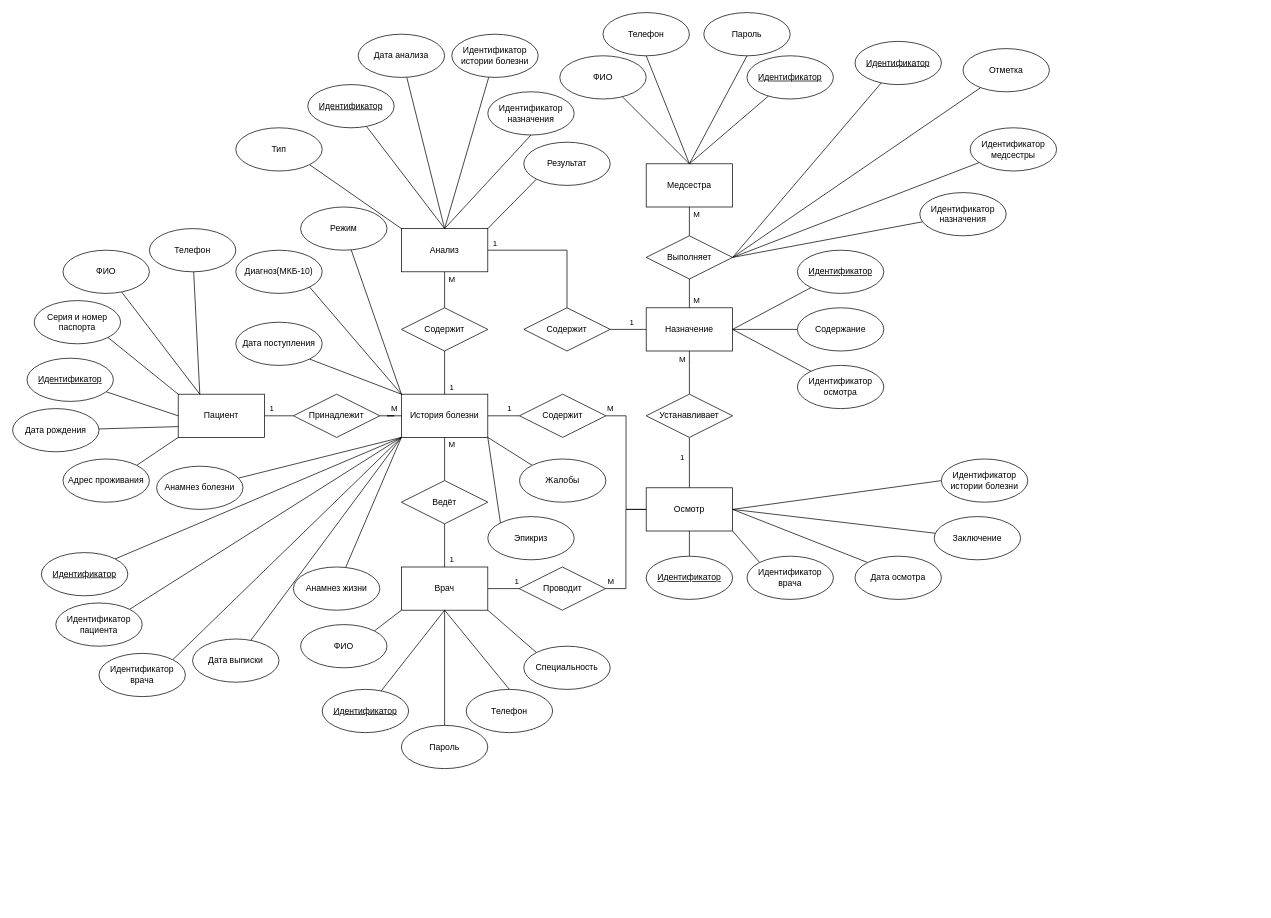
Before: bd/kursovaya/ER.drawio in Mutabona/5Semestr, a draw.io diagram. Source tidied: cells renumbered, new cells numbered last; positions are measured from the earlier drawing's top-left corner, leaving out a move shared by most shapes. Both pictures are drawn from the tidied source at 72%, with x=0, y=0 at pixel (12, 12).
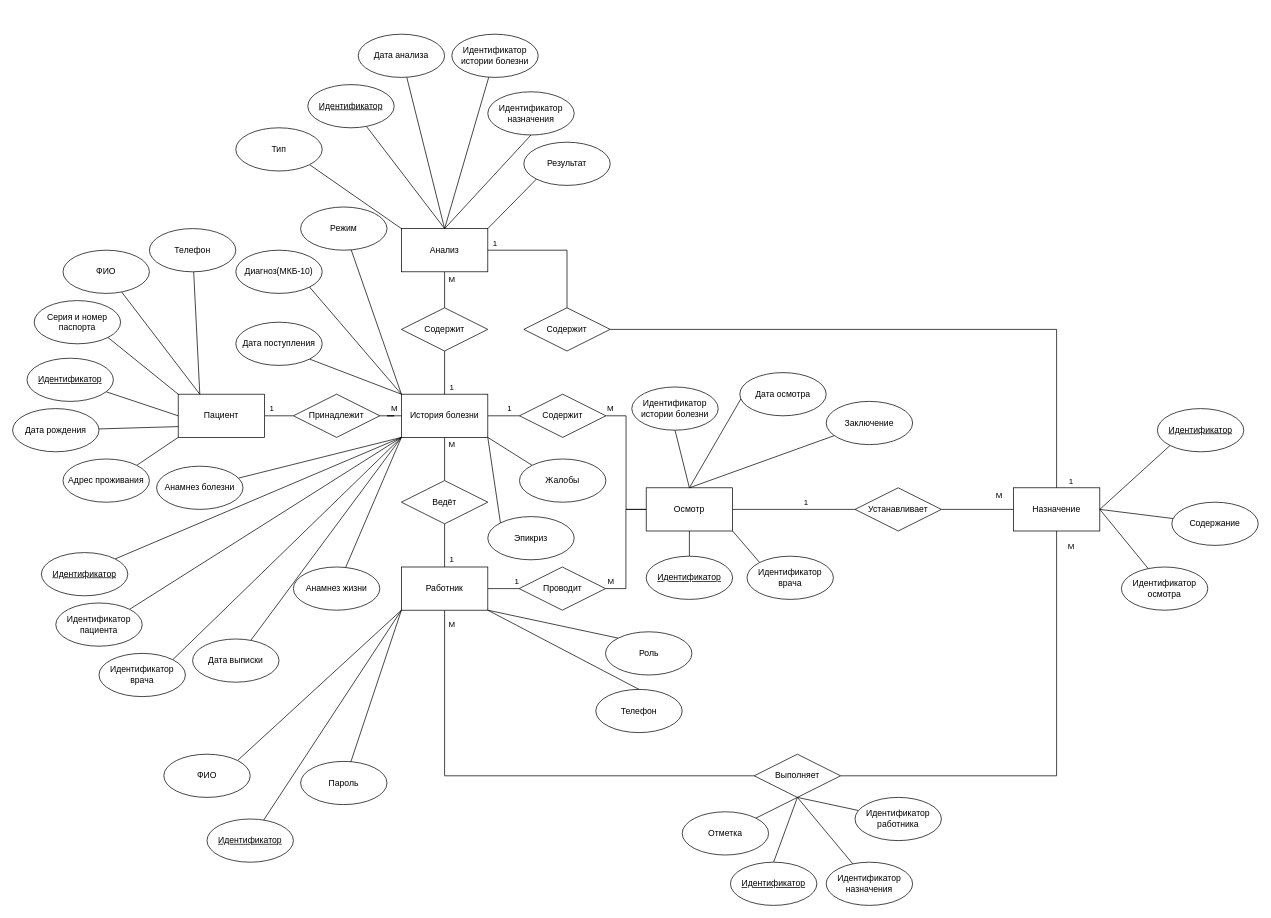
After the change.

Unchanged cells that the change refers to:
```xml
<mxCell id="7" value="Осмотр" style="rounded=0;whiteSpace=wrap;html=1;" parent="1" vertex="1">
  <mxGeometry x="880" y="660" width="120" height="60" as="geometry" />
</mxCell>
<mxCell id="32" value="Содержит" style="rhombus;whiteSpace=wrap;html=1;" parent="1" vertex="1">
  <mxGeometry x="710" y="410" width="120" height="60" as="geometry" />
</mxCell>
```

Change to the diagram source:
```diff
@@
-    <mxCell id="6" value="1" style="edgeStyle=orthogonalEdgeStyle;rounded=0;jettySize=auto;html=1;entryX=0.5;entryY=1;entryDx=0;entryDy=0;endArrow=none;endFill=0;" parent="1" edge="1" source="7" target="28">
+    <mxCell id="6" value="1" style="edgeStyle=orthogonalEdgeStyle;rounded=0;jettySize=auto;html=1;entryX=0;entryY=0.5;entryDx=0;entryDy=0;endArrow=none;endFill=0;" parent="1" edge="1" source="7" target="28">
       <mxGeometry x="0.2" y="10" relative="1" as="geometry" />
     </mxCell>
@@
-    <mxCell id="8" value="1" style="edgeStyle=orthogonalEdgeStyle;rounded=0;jettySize=auto;html=1;entryX=1;entryY=0.5;entryDx=0;entryDy=0;endArrow=none;endFill=0;" parent="1" edge="1" source="9" target="32">
-      <mxGeometry x="-0.2" y="-10" relative="1" as="geometry" />
-    </mxCell>
     <mxCell id="9" value="Назначение" style="rounded=0;whiteSpace=wrap;html=1;" parent="1" vertex="1">
-      <mxGeometry x="880" y="410" width="120" height="60" as="geometry" />
+      <mxGeometry x="1390" y="660" width="120" height="60" as="geometry" />
     </mxCell>
@@
-    <mxCell id="12" value="М" style="edgeStyle=orthogonalEdgeStyle;rounded=0;jettySize=auto;html=1;entryX=0.5;entryY=0;entryDx=0;entryDy=0;endArrow=none;endFill=0;" parent="1" edge="1" source="13" target="22">
-      <mxGeometry x="-0.5" y="10" relative="1" as="geometry" />
+    <mxCell id="12" value="М" style="edgeStyle=orthogonalEdgeStyle;rounded=0;jettySize=auto;html=1;entryX=0;entryY=0.5;entryDx=0;entryDy=0;endArrow=none;endFill=0;exitX=0.5;exitY=1;exitDx=0;exitDy=0;" parent="1" edge="1" source="16" target="22">
+      <mxGeometry x="-0.94" y="10" relative="1" as="geometry" />
     </mxCell>
-    <mxCell id="13" value="Медсестра" style="rounded=0;whiteSpace=wrap;html=1;" parent="1" vertex="1">
-      <mxGeometry x="880" y="210" width="120" height="60" as="geometry" />
-    </mxCell>
@@
-    <mxCell id="16" value="Врач" style="rounded=0;whiteSpace=wrap;html=1;" parent="1" vertex="1">
+    <mxCell id="16" value="Работник" style="rounded=0;whiteSpace=wrap;html=1;" parent="1" vertex="1">
       <mxGeometry x="540" y="770" width="120" height="60" as="geometry" />
     </mxCell>
@@
-    <mxCell id="21" value="М" style="edgeStyle=orthogonalEdgeStyle;rounded=0;jettySize=auto;html=1;entryX=0.5;entryY=0;entryDx=0;entryDy=0;endArrow=none;endFill=0;" parent="1" edge="1" source="22" target="9">
-      <mxGeometry x="0.5" y="10" relative="1" as="geometry" />
-    </mxCell>
+    <mxCell id="121" style="rounded=0;jettySize=auto;html=1;exitX=0.5;exitY=1;exitDx=0;exitDy=0;entryX=0.5;entryY=0;entryDx=0;entryDy=0;endArrow=none;endFill=0;" parent="1" edge="1" source="22" target="86">
+      <mxGeometry relative="1" as="geometry" />
+    </mxCell>
+    <mxCell id="27" value="М" style="edgeStyle=orthogonalEdgeStyle;rounded=0;jettySize=auto;html=1;entryX=0.5;entryY=1;entryDx=0;entryDy=0;endArrow=none;endFill=0;" parent="1" edge="1" source="22" target="9">
+      <mxGeometry x="0.93" y="-20" relative="1" as="geometry" />
+    </mxCell>
     <mxCell id="22" value="Выполняет" style="rhombus;whiteSpace=wrap;html=1;" parent="1" vertex="1">
-      <mxGeometry x="880" y="310" width="120" height="60" as="geometry" />
+      <mxGeometry x="1030" y="1030" width="120" height="60" as="geometry" />
     </mxCell>
@@
-    <mxCell id="27" value="М" style="edgeStyle=orthogonalEdgeStyle;rounded=0;jettySize=auto;html=1;entryX=0.5;entryY=1;entryDx=0;entryDy=0;endArrow=none;endFill=0;" parent="1" edge="1" source="28" target="9">
-      <mxGeometry x="0.6" y="10" relative="1" as="geometry">
-        <Array as="points">
-          <mxPoint x="940" y="490" />
-          <mxPoint x="940" y="490" />
-        </Array>
-      </mxGeometry>
-    </mxCell>
+    <mxCell id="21" value="М" style="rounded=0;jettySize=auto;html=1;entryX=0;entryY=0.5;entryDx=0;entryDy=0;endArrow=none;endFill=0;" parent="1" edge="1" source="28" target="9">
+      <mxGeometry x="0.6" y="20" relative="1" as="geometry" />
+    </mxCell>
     <mxCell id="28" value="Устанавливает" style="rhombus;whiteSpace=wrap;html=1;" parent="1" vertex="1">
-      <mxGeometry x="880" y="530" width="120" height="60" as="geometry" />
+      <mxGeometry x="1170" y="660" width="120" height="60" as="geometry" />
     </mxCell>
@@
+    <mxCell id="8" value="1" style="edgeStyle=orthogonalEdgeStyle;rounded=0;jettySize=auto;html=1;exitX=1;exitY=0.5;exitDx=0;exitDy=0;entryX=0.5;entryY=0;entryDx=0;entryDy=0;endArrow=none;endFill=0;" parent="1" edge="1" source="32" target="9">
+      <mxGeometry x="0.98" y="20" relative="1" as="geometry">
+        <mxPoint y="-1" as="offset" />
+      </mxGeometry>
+    </mxCell>
@@
-    <mxCell id="35" style="rounded=0;jettySize=auto;html=1;entryX=0.5;entryY=1;entryDx=0;entryDy=0;endArrow=none;endFill=0;" parent="1" edge="1" source="36" target="16">
+    <mxCell id="35" style="rounded=0;jettySize=auto;html=1;entryX=0;entryY=1;entryDx=0;entryDy=0;endArrow=none;endFill=0;" parent="1" edge="1" source="36" target="16">
       <mxGeometry relative="1" as="geometry" />
     </mxCell>
     <mxCell id="36" value="&lt;u&gt;Идентификатор&lt;/u&gt;" style="ellipse;whiteSpace=wrap;html=1;" parent="1" vertex="1">
-      <mxGeometry x="430" y="940" width="120" height="60" as="geometry" />
+      <mxGeometry x="270" y="1120" width="120" height="60" as="geometry" />
     </mxCell>
@@
-    <mxCell id="39" style="rounded=0;jettySize=auto;html=1;entryX=1;entryY=0.5;entryDx=0;entryDy=0;endArrow=none;endFill=0;" parent="1" edge="1" source="40" target="9">
+    <mxCell id="39" style="rounded=0;jettySize=auto;html=1;entryX=1;entryY=0.5;entryDx=0;entryDy=0;endArrow=none;endFill=0;exitX=0;exitY=1;exitDx=0;exitDy=0;" parent="1" edge="1" source="40" target="9">
       <mxGeometry relative="1" as="geometry" />
     </mxCell>
     <mxCell id="40" value="&lt;u&gt;Идентификатор&lt;/u&gt;" style="ellipse;whiteSpace=wrap;html=1;" parent="1" vertex="1">
-      <mxGeometry x="1090" y="330" width="120" height="60" as="geometry" />
+      <mxGeometry x="1590" y="550" width="120" height="60" as="geometry" />
     </mxCell>
-    <mxCell id="41" style="rounded=0;jettySize=auto;html=1;entryX=0.5;entryY=0;entryDx=0;entryDy=0;endArrow=none;endFill=0;" parent="1" edge="1" source="42" target="13">
-      <mxGeometry relative="1" as="geometry" />
-    </mxCell>
-    <mxCell id="42" value="&lt;u&gt;Идентификатор&lt;/u&gt;" style="ellipse;whiteSpace=wrap;html=1;" parent="1" vertex="1">
-      <mxGeometry x="1020" y="60" width="120" height="60" as="geometry" />
-    </mxCell>
@@
     <mxCell id="66" value="ФИО" style="ellipse;whiteSpace=wrap;html=1;" parent="1" vertex="1">
-      <mxGeometry x="400" y="850" width="120" height="60" as="geometry" />
+      <mxGeometry x="210" y="1030" width="120" height="60" as="geometry" />
     </mxCell>
@@
-    <mxCell id="68" value="Специальность" style="ellipse;whiteSpace=wrap;html=1;" parent="1" vertex="1">
-      <mxGeometry x="710" y="880" width="120" height="60" as="geometry" />
+    <mxCell id="68" value="Роль" style="ellipse;whiteSpace=wrap;html=1;" parent="1" vertex="1">
+      <mxGeometry x="823.5" y="860" width="120" height="60" as="geometry" />
     </mxCell>
-    <mxCell id="69" style="rounded=0;jettySize=auto;html=1;exitX=0.5;exitY=0;exitDx=0;exitDy=0;entryX=0.5;entryY=1;entryDx=0;entryDy=0;endArrow=none;endFill=0;" parent="1" edge="1" source="70" target="16">
+    <mxCell id="69" style="rounded=0;jettySize=auto;html=1;exitX=0.5;exitY=0;exitDx=0;exitDy=0;entryX=1;entryY=1;entryDx=0;entryDy=0;endArrow=none;endFill=0;" parent="1" edge="1" source="70" target="16">
       <mxGeometry relative="1" as="geometry" />
     </mxCell>
     <mxCell id="70" value="Телефон" style="ellipse;whiteSpace=wrap;html=1;" parent="1" vertex="1">
-      <mxGeometry x="630" y="940" width="120" height="60" as="geometry" />
+      <mxGeometry x="810" y="940" width="120" height="60" as="geometry" />
     </mxCell>
@@
     <mxCell id="74" value="Содержание" style="ellipse;whiteSpace=wrap;html=1;" parent="1" vertex="1">
-      <mxGeometry x="1090" y="410" width="120" height="60" as="geometry" />
+      <mxGeometry x="1610" y="680" width="120" height="60" as="geometry" />
     </mxCell>
@@
     <mxCell id="76" value="Идентификатор осмотра" style="ellipse;whiteSpace=wrap;html=1;" parent="1" vertex="1">
-      <mxGeometry x="1090" y="490" width="120" height="60" as="geometry" />
+      <mxGeometry x="1540" y="770" width="120" height="60" as="geometry" />
     </mxCell>
@@
-    <mxCell id="83" style="rounded=0;jettySize=auto;html=1;entryX=0.5;entryY=0;entryDx=0;entryDy=0;endArrow=none;endFill=0;" parent="1" edge="1" source="84" target="13">
-      <mxGeometry relative="1" as="geometry" />
-    </mxCell>
-    <mxCell id="84" value="ФИО" style="ellipse;whiteSpace=wrap;html=1;" parent="1" vertex="1">
-      <mxGeometry x="760" y="60" width="120" height="60" as="geometry" />
-    </mxCell>
-    <mxCell id="85" style="rounded=0;jettySize=auto;html=1;entryX=1;entryY=0.5;entryDx=0;entryDy=0;endArrow=none;endFill=0;" parent="1" edge="1" source="86" target="22">
-      <mxGeometry relative="1" as="geometry" />
-    </mxCell>
     <mxCell id="86" value="&lt;u&gt;Идентификатор&lt;/u&gt;" style="ellipse;whiteSpace=wrap;html=1;" parent="1" vertex="1">
-      <mxGeometry x="1170" y="40" width="120" height="60" as="geometry" />
+      <mxGeometry x="997" y="1180" width="120" height="60" as="geometry" />
     </mxCell>
-    <mxCell id="87" style="rounded=0;jettySize=auto;html=1;entryX=1;entryY=0.5;entryDx=0;entryDy=0;endArrow=none;endFill=0;" parent="1" edge="1" source="88" target="22">
+    <mxCell id="87" style="rounded=0;jettySize=auto;html=1;entryX=0.5;entryY=1;entryDx=0;entryDy=0;endArrow=none;endFill=0;" parent="1" edge="1" source="88" target="22">
       <mxGeometry relative="1" as="geometry" />
     </mxCell>
     <mxCell id="88" value="Отметка" style="ellipse;whiteSpace=wrap;html=1;" parent="1" vertex="1">
-      <mxGeometry x="1320" y="50" width="120" height="60" as="geometry" />
+      <mxGeometry x="930" y="1110" width="120" height="60" as="geometry" />
     </mxCell>
-    <mxCell id="89" style="rounded=0;jettySize=auto;html=1;endArrow=none;endFill=0;entryX=1;entryY=0.5;entryDx=0;entryDy=0;" parent="1" edge="1" source="90" target="22">
+    <mxCell id="89" style="rounded=0;jettySize=auto;html=1;endArrow=none;endFill=0;entryX=0.5;entryY=1;entryDx=0;entryDy=0;" parent="1" edge="1" source="90" target="22">
       <mxGeometry relative="1" as="geometry" />
     </mxCell>
     <mxCell id="90" value="Идентификатор&lt;br&gt;назначения" style="ellipse;whiteSpace=wrap;html=1;" parent="1" vertex="1">
-      <mxGeometry x="1260" y="250" width="120" height="60" as="geometry" />
+      <mxGeometry x="1130" y="1180" width="120" height="60" as="geometry" />
     </mxCell>
@@
-    <mxCell id="93" style="rounded=0;jettySize=auto;html=1;exitX=0;exitY=0;exitDx=0;exitDy=0;entryX=1;entryY=0.5;entryDx=0;entryDy=0;endArrow=none;endFill=0;" parent="1" edge="1" source="94" target="7">
+    <mxCell id="93" style="rounded=0;jettySize=auto;html=1;exitX=0;exitY=0;exitDx=0;exitDy=0;entryX=0.5;entryY=0;entryDx=0;entryDy=0;endArrow=none;endFill=0;" parent="1" edge="1" source="94" target="7">
       <mxGeometry relative="1" as="geometry" />
     </mxCell>
     <mxCell id="94" value="Дата осмотра" style="ellipse;whiteSpace=wrap;html=1;" parent="1" vertex="1">
-      <mxGeometry x="1170" y="755" width="120" height="60" as="geometry" />
+      <mxGeometry x="1010" y="500" width="120" height="60" as="geometry" />
     </mxCell>
@@
-    <mxCell id="97" style="rounded=0;jettySize=auto;html=1;exitX=0.5;exitY=1;exitDx=0;exitDy=0;endArrow=none;endFill=0;" parent="1" edge="1" source="98">
-      <mxGeometry relative="1" as="geometry">
-        <mxPoint x="940" y="210" as="targetPoint" />
-      </mxGeometry>
-    </mxCell>
-    <mxCell id="98" value="Телефон" style="ellipse;whiteSpace=wrap;html=1;" parent="1" vertex="1">
-      <mxGeometry x="820" width="120" height="60" as="geometry" />
-    </mxCell>
-    <mxCell id="99" style="rounded=0;jettySize=auto;html=1;entryX=1;entryY=0.5;entryDx=0;entryDy=0;endArrow=none;endFill=0;" parent="1" edge="1" source="100" target="7">
+    <mxCell id="99" style="rounded=0;jettySize=auto;html=1;entryX=0.5;entryY=0;entryDx=0;entryDy=0;endArrow=none;endFill=0;" parent="1" edge="1" source="100" target="7">
       <mxGeometry relative="1" as="geometry" />
     </mxCell>
     <mxCell id="100" value="Заключение" style="ellipse;whiteSpace=wrap;html=1;" parent="1" vertex="1">
-      <mxGeometry x="1280" y="700" width="120" height="60" as="geometry" />
+      <mxGeometry x="1130" y="540" width="120" height="60" as="geometry" />
     </mxCell>
@@
-    <mxCell id="105" style="rounded=0;jettySize=auto;html=1;exitX=0;exitY=0.5;exitDx=0;exitDy=0;entryX=1;entryY=0.5;entryDx=0;entryDy=0;endArrow=none;endFill=0;" parent="1" edge="1" source="106" target="7">
+    <mxCell id="105" style="rounded=0;jettySize=auto;html=1;exitX=0.5;exitY=1;exitDx=0;exitDy=0;entryX=0.5;entryY=0;entryDx=0;entryDy=0;endArrow=none;endFill=0;" parent="1" edge="1" source="106" target="7">
       <mxGeometry relative="1" as="geometry" />
     </mxCell>
     <mxCell id="106" value="Идентификатор истории болезни" style="ellipse;whiteSpace=wrap;html=1;" parent="1" vertex="1">
-      <mxGeometry x="1290" y="620" width="120" height="60" as="geometry" />
+      <mxGeometry x="860" y="520" width="120" height="60" as="geometry" />
     </mxCell>
-    <mxCell id="107" style="rounded=0;jettySize=auto;html=1;entryX=1;entryY=0.5;entryDx=0;entryDy=0;endArrow=none;endFill=0;" parent="1" edge="1" source="108" target="22">
+    <mxCell id="107" style="rounded=0;jettySize=auto;html=1;entryX=0.5;entryY=1;entryDx=0;entryDy=0;endArrow=none;endFill=0;" parent="1" edge="1" source="108" target="22">
       <mxGeometry relative="1" as="geometry" />
     </mxCell>
-    <mxCell id="108" value="Идентификатор медсестры" style="ellipse;whiteSpace=wrap;html=1;" parent="1" vertex="1">
-      <mxGeometry x="1330" y="160" width="120" height="60" as="geometry" />
+    <mxCell id="108" value="Идентификатор работника" style="ellipse;whiteSpace=wrap;html=1;" parent="1" vertex="1">
+      <mxGeometry x="1170" y="1090" width="120" height="60" as="geometry" />
     </mxCell>
@@
-    <mxCell id="115" style="edgeStyle=orthogonalEdgeStyle;rounded=0;jettySize=auto;html=1;endArrow=none;endFill=0;" parent="1" edge="1" source="116">
-      <mxGeometry relative="1" as="geometry">
-        <mxPoint x="600" y="830" as="targetPoint" />
-      </mxGeometry>
+    <mxCell id="115" style="rounded=0;jettySize=auto;html=1;endArrow=none;endFill=0;entryX=0;entryY=1;entryDx=0;entryDy=0;" parent="1" edge="1" source="116" target="16">
+      <mxGeometry relative="1" as="geometry" />
     </mxCell>
     <mxCell id="116" value="Пароль" style="ellipse;whiteSpace=wrap;html=1;" parent="1" vertex="1">
-      <mxGeometry x="540" y="990" width="120" height="60" as="geometry" />
+      <mxGeometry x="400" y="1040" width="120" height="60" as="geometry" />
     </mxCell>
-    <mxCell id="117" style="rounded=0;jettySize=auto;html=1;exitX=0.5;exitY=1;exitDx=0;exitDy=0;endArrow=none;endFill=0;" parent="1" edge="1" source="118">
-      <mxGeometry relative="1" as="geometry">
-        <mxPoint x="940" y="210" as="targetPoint" />
-      </mxGeometry>
-    </mxCell>
-    <mxCell id="118" value="Пароль" style="ellipse;whiteSpace=wrap;html=1;" parent="1" vertex="1">
-      <mxGeometry x="960" width="120" height="60" as="geometry" />
-    </mxCell>
```
